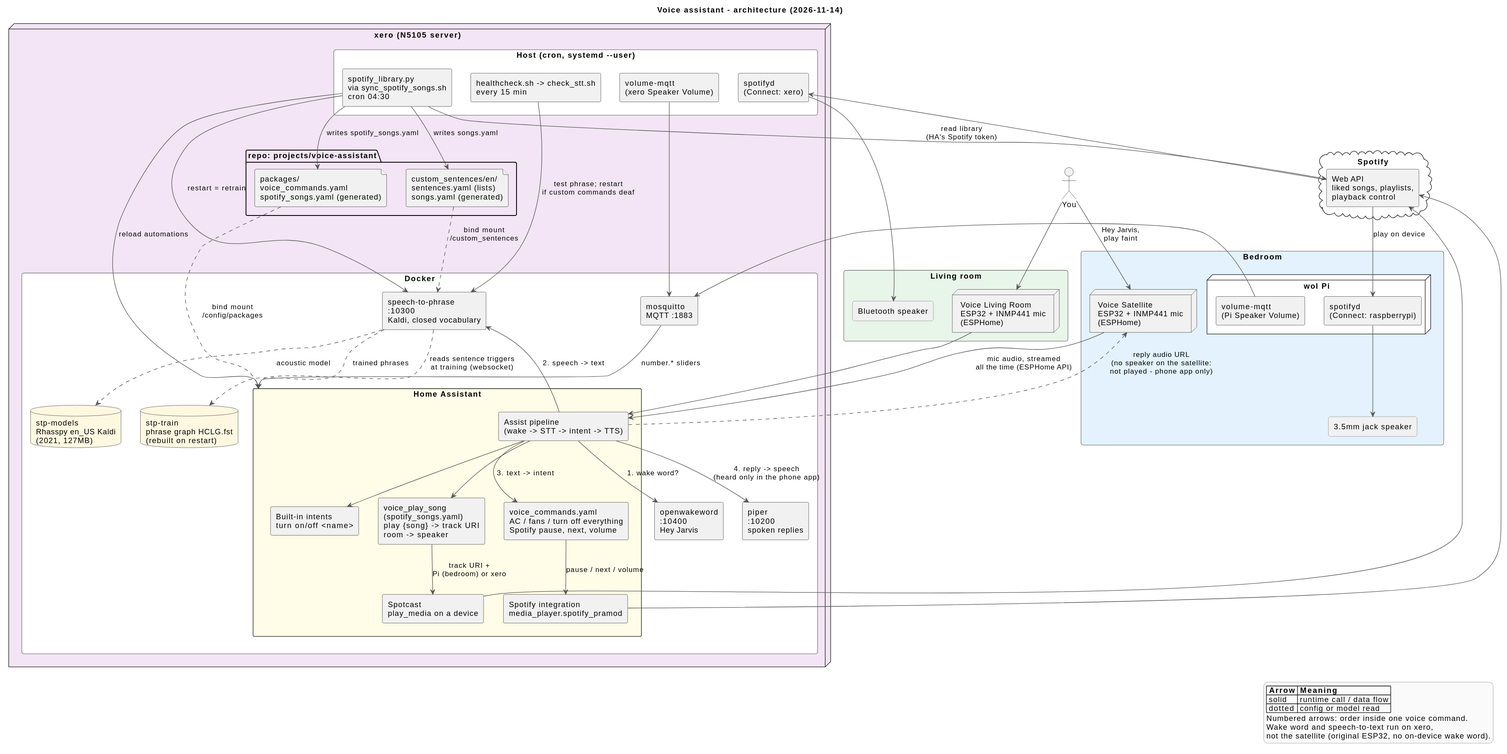
pjangam/homelab keeps this PlantUML diagram as projects/voice-assistant/architecture.svg. Above is the earlier version.
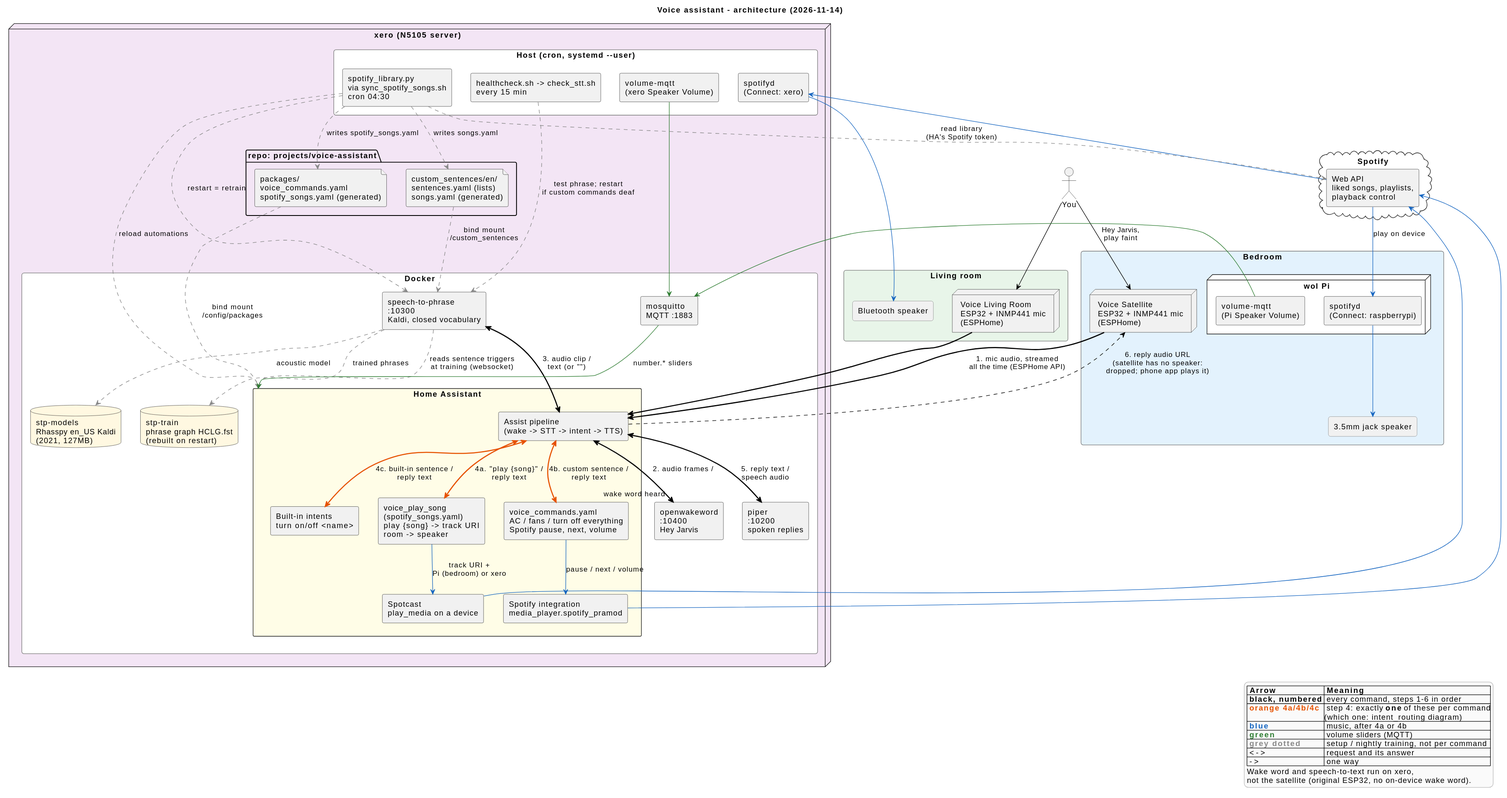
After the commit.

Commit message:
voice-assistant diagrams: numbered, coloured by path, request/answer arrows; intent routing activity diagram

What changed in the source:
```diff
@@ -66,48 +66,54 @@
   component "Web API\nliked songs, playlists,\nplayback control" as spapi
 }
 
-user --> sat_bed : "Hey Jarvis,\nplay faint"
-user --> sat_liv
-sat_bed --> pipeline : mic audio, streamed\nall the time (ESPHome API)
-sat_liv --> pipeline
-pipeline --> oww : 1. wake word?
-pipeline --> stp : 2. speech -> text
-stp ..> stpmodels : acoustic model
-stp ..> stptrain : trained phrases
-pipeline --> cmds : 3. text -> intent
-pipeline --> playsong
-pipeline --> builtin
-pipeline --> piper : 4. reply -> speech\n(heard only in the phone app)
-pipeline ..> sat_bed : reply audio URL\n(no speaker on the satellite:\nnot played - phone app only)
 
-playsong --> spotcast : track URI +\nPi (bedroom) or xero
-cmds --> spint : pause / next / volume
-spotcast --> spapi
-spint --> spapi
-spapi --> spd_pi : play on device
-spapi --> spd_xero
-spd_pi --> spk_pi
-spd_xero --> spk_xero
+user -[#000000]-> sat_bed : "Hey Jarvis,\nplay faint"
+user -[#000000]-> sat_liv
+sat_bed -[#000000,bold]-> pipeline : 1. mic audio, streamed\nall the time (ESPHome API)
+sat_liv -[#000000,bold]-> pipeline
+pipeline <-[#000000,bold]-> oww : 2. audio frames /\n"wake word heard"
+pipeline <-[#000000,bold]-> stp : 3. audio clip /\ntext (or "")
+pipeline <-[#000000,bold]-> piper : 5. reply text /\nspeech audio
+pipeline .[#000000].> sat_bed : 6. reply audio URL\n(satellite has no speaker:\ndropped; phone app plays it)
 
-lib --> spapi : read library\n(HA's Spotify token)
-lib --> cs : writes songs.yaml
-lib --> pkgs : writes spotify_songs.yaml
-lib --> ha : reload automations
-lib --> stp : restart = retrain
-pkgs ..> ha : bind mount\n/config/packages
-cs ..> stp : bind mount\n/custom_sentences
-stp ..> ha : reads sentence triggers\nat training (websocket)
-hc --> stp : test phrase; restart\nif custom commands deaf
+pipeline <-[#E65100,bold]-> playsong : 4a. "play {song}" /\nreply text
+pipeline <-[#E65100,bold]-> cmds : 4b. custom sentence /\nreply text
+pipeline <-[#E65100,bold]-> builtin : 4c. built-in sentence /\nreply text
 
-vol_pi --> mqtt
-vol_xero --> mqtt
-mqtt --> ha : number.* sliders
+playsong -[#1565C0]-> spotcast : track URI +\nPi (bedroom) or xero
+cmds -[#1565C0]-> spint : pause / next / volume
+spotcast -[#1565C0]-> spapi
+spint -[#1565C0]-> spapi
+spapi -[#1565C0]-> spd_pi : play on device
+spapi -[#1565C0]-> spd_xero
+spd_pi -[#1565C0]-> spk_pi
+spd_xero -[#1565C0]-> spk_xero
+
+stp .[#888888].> stpmodels : acoustic model
+stp .[#888888].> stptrain : trained phrases
+lib .[#888888].> spapi : read library\n(HA's Spotify token)
+lib .[#888888].> cs : writes songs.yaml
+lib .[#888888].> pkgs : writes spotify_songs.yaml
+lib .[#888888].> ha : reload automations
+lib .[#888888].> stp : restart = retrain
+pkgs .[#888888].> ha : bind mount\n/config/packages
+cs .[#888888].> stp : bind mount\n/custom_sentences
+stp .[#888888].> ha : reads sentence triggers\nat training (websocket)
+hc .[#888888].> stp : test phrase; restart\nif custom commands deaf
+
+vol_pi -[#2E7D32]-> mqtt
+vol_xero -[#2E7D32]-> mqtt
+mqtt -[#2E7D32]-> ha : number.* sliders
 
 legend right
   |= Arrow |= Meaning |
-  | solid | runtime call / data flow |
-  | dotted | config or model read |
-  Numbered arrows: order inside one voice command.
+  | <color:#000000>**black, numbered**</color> | every command, steps 1-6 in order |
+  | <color:#E65100>**orange 4a/4b/4c**</color> | step 4: exactly **one** of these per command\n(which one: intent_routing diagram) |
+  | <color:#1565C0>**blue**</color> | music, after 4a or 4b |
+  | <color:#2E7D32>**green**</color> | volume sliders (MQTT) |
+  | <color:#888888>**grey dotted**</color> | setup / nightly training, not per command |
+  | <-> | request and its answer |
+  | -> | one way |
   Wake word and speech-to-text run on xero,
   not the satellite (original ESP32, no on-device wake word).
 endlegend
```
